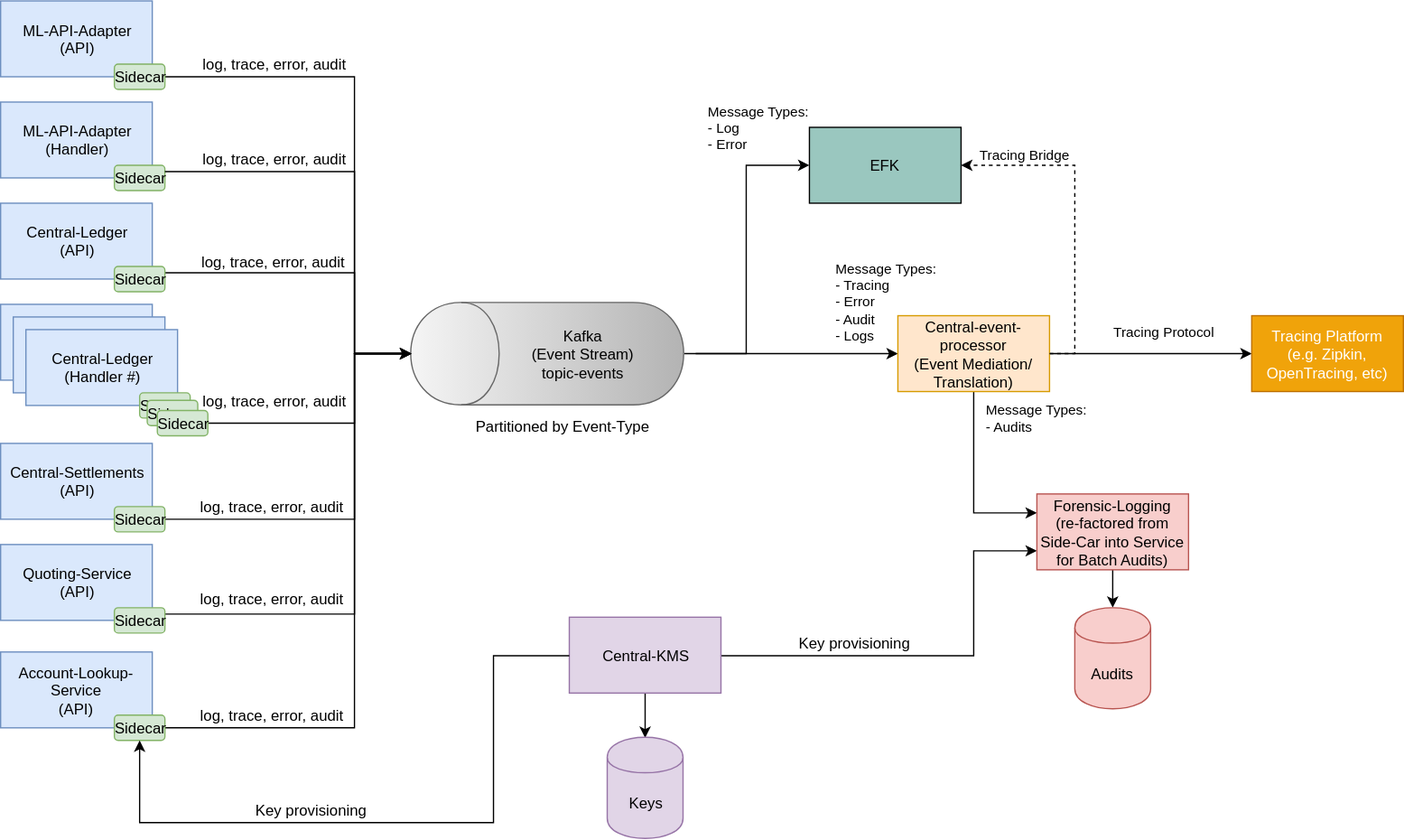
The draw.io diagram mojaloop-technical-overview/event-framework/assets/diagrams/architecture/architecture-event-framework.svg in mojaloop/documentation, before a commit. Source tidied: cells renumbered, new cells last; positions are measured from the earlier drawing's top-left corner, leaving out a move shared by most shapes.
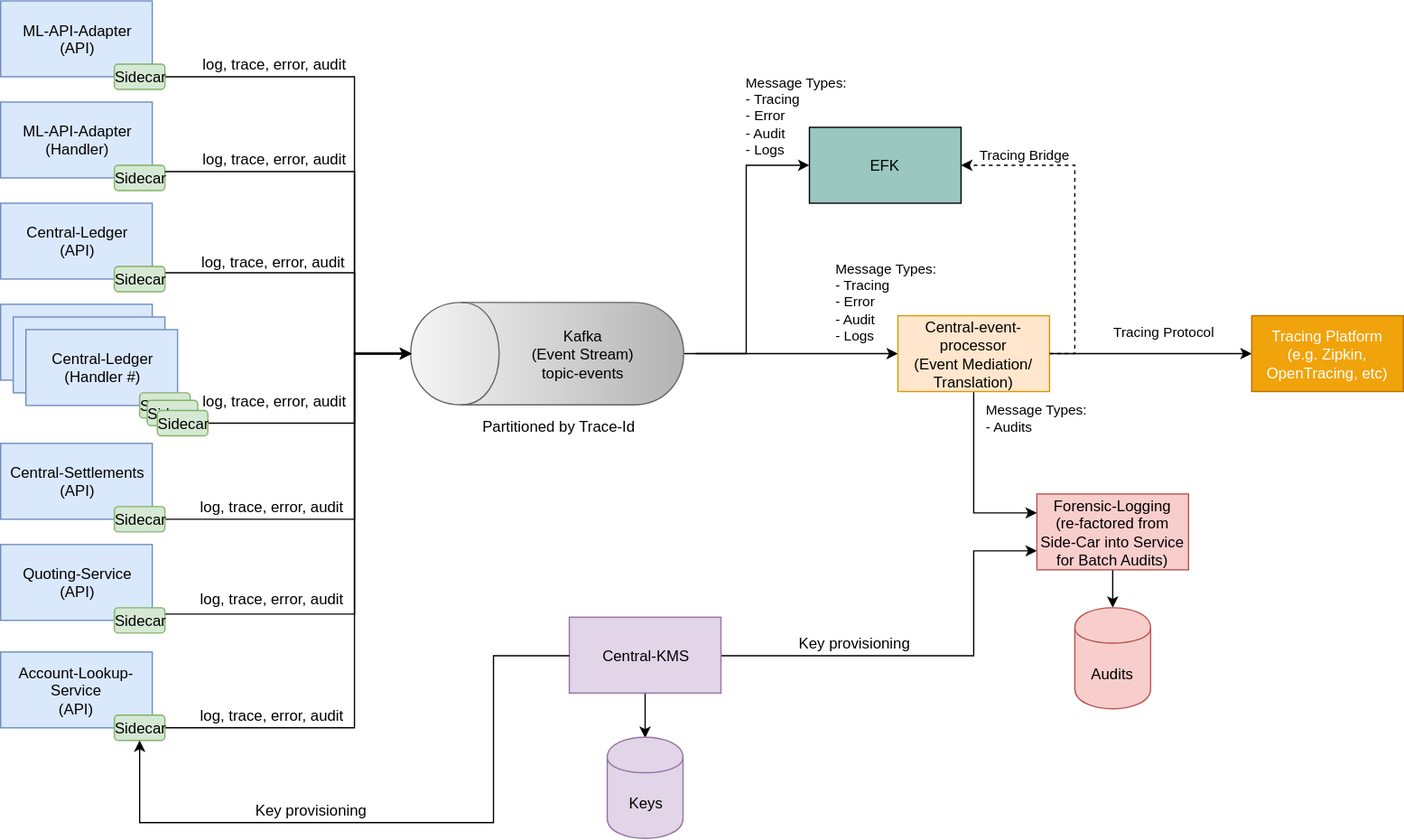
Later version of the same file.

Commit message:
updated event arch

Change to the diagram source:
```diff
@@ -44,8 +44,8 @@
         </Array>
       </mxGeometry>
     </mxCell>
-    <mxCell id="13" value="&lt;div style=&quot;text-align: left&quot;&gt;Message Types:&lt;/div&gt;&lt;div style=&quot;text-align: left&quot;&gt;- Log&lt;/div&gt;&lt;div style=&quot;text-align: left&quot;&gt;- Error&lt;/div&gt;" style="edgeStyle=orthogonalEdgeStyle;rounded=0;jettySize=auto;html=1;exitX=0.5;exitY=1;exitDx=0;exitDy=0;entryX=0;entryY=0.5;entryDx=0;entryDy=0;" parent="1" edge="1" source="16" target="37">
-      <mxGeometry x="0.68" y="30" relative="1" as="geometry">
+    <mxCell id="13" value="&lt;div style=&quot;text-align: left&quot;&gt;&lt;div&gt;Message Types:&lt;/div&gt;&lt;div&gt;- Tracing&lt;/div&gt;&lt;div&gt;- Error&lt;/div&gt;&lt;div&gt;- Audit&lt;/div&gt;&lt;div&gt;- Logs&lt;/div&gt;&lt;/div&gt;" style="edgeStyle=orthogonalEdgeStyle;rounded=0;jettySize=auto;html=1;exitX=0.5;exitY=1;exitDx=0;exitDy=0;entryX=0;entryY=0.5;entryDx=0;entryDy=0;fillColor=none;labelBackgroundColor=none;" parent="1" edge="1" source="16" target="37">
+      <mxGeometry x="0.92" y="40" relative="1" as="geometry">
         <Array as="points">
           <mxPoint x="590" y="279" />
           <mxPoint x="590" y="130" />
@@ -187,8 +187,8 @@
     <mxCell id="44" value="Keys" style="shape=cylinder;whiteSpace=wrap;html=1;boundedLbl=1;backgroundOutline=1;fillColor=#e1d5e7;strokeColor=#9673a6;" parent="1" vertex="1">
       <mxGeometry x="480" y="582.5" width="60" height="80" as="geometry" />
     </mxCell>
-    <mxCell id="45" value="&lt;div style=&quot;text-align: left&quot;&gt;Partitioned by Event-Type&lt;/div&gt;" style="text;html=1;strokeColor=none;fillColor=none;align=center;verticalAlign=middle;whiteSpace=wrap;rounded=0;" parent="1" vertex="1">
-      <mxGeometry x="350" y="326" width="190" height="20" as="geometry" />
+    <mxCell id="45" value="&lt;div style=&quot;text-align: left&quot;&gt;Partitioned by Trace-Id&lt;/div&gt;" style="text;html=1;strokeColor=none;fillColor=none;align=center;verticalAlign=middle;whiteSpace=wrap;rounded=0;" parent="1" vertex="1">
+      <mxGeometry x="346" y="326" width="190" height="20" as="geometry" />
     </mxCell>
     <mxCell id="46" value="Tracing Platform &lt;br&gt;(e.g. Zipkin, OpenTracing, etc)&lt;br&gt;" style="rounded=0;whiteSpace=wrap;html=1;fillColor=#f0a30a;strokeColor=#BD7000;fontColor=#ffffff;" parent="1" vertex="1">
       <mxGeometry x="990" y="249" width="120" height="60" as="geometry" />
```
